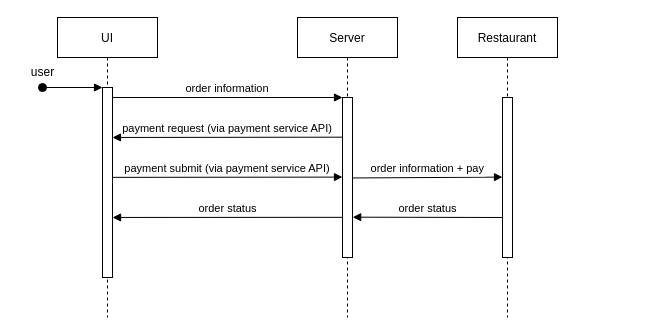
Earlier version of the draw.io diagram diagram2.drawio (mav735/UML_HSE_HOMEWORK). Source tidied: cells renumbered, new cells numbered last; positions are measured from the earlier drawing's top-left corner, leaving out a move shared by most shapes. Both pictures are drawn from the tidied source at 100%, with x=0, y=0 at pixel (17, 17).
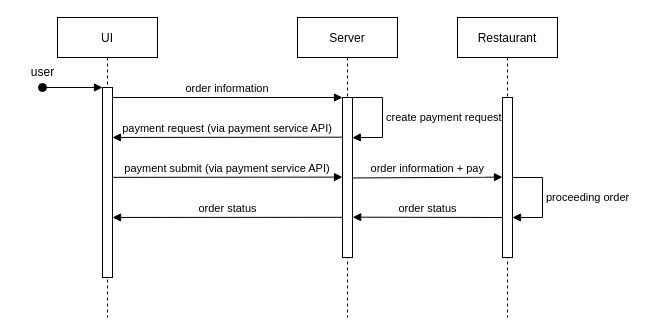
The same page after the edit.

The change refers to these unchanged cells:
```xml
<mxCell id="5" value="Server" style="shape=umlLifeline;perimeter=lifelinePerimeter;rounded=0;shadow=0;strokeWidth=1;" parent="1" vertex="1">
  <mxGeometry x="280" width="100" height="300" as="geometry" />
</mxCell>
<mxCell id="6" style="points=[];perimeter=orthogonalPerimeter;rounded=0;shadow=0;strokeWidth=1;" parent="5" vertex="1">
  <mxGeometry x="45" y="80" width="10" height="160" as="geometry" />
</mxCell>
<mxCell id="11" value="Restaurant" style="shape=umlLifeline;perimeter=lifelinePerimeter;rounded=0;shadow=0;strokeWidth=1;" parent="1" vertex="1">
  <mxGeometry x="440" width="100" height="300" as="geometry" />
</mxCell>
<mxCell id="12" style="points=[];perimeter=orthogonalPerimeter;rounded=0;shadow=0;strokeWidth=1;" parent="11" vertex="1">
  <mxGeometry x="45" y="80" width="10" height="160" as="geometry" />
</mxCell>
```

Change to the diagram source:
```diff
@@
+    <mxCell id="16" value="create payment request" style="edgeStyle=orthogonalEdgeStyle;html=1;align=left;spacingLeft=2;endArrow=block;rounded=0;entryX=0.984;entryY=0.251;endSize=6;entryDx=0;entryDy=0;entryPerimeter=0;" parent="5" edge="1" target="6">
+      <mxGeometry relative="1" as="geometry">
+        <mxPoint x="55" y="80" as="sourcePoint" />
+        <Array as="points">
+          <mxPoint x="85" y="80" />
+          <mxPoint x="85" y="120" />
+          <mxPoint x="60" y="120" />
+        </Array>
+      </mxGeometry>
+    </mxCell>
@@
+    <mxCell id="17" value="proceeding order" style="edgeStyle=orthogonalEdgeStyle;html=1;align=left;spacingLeft=2;endArrow=block;rounded=0;entryX=1;entryY=0.75;endSize=6;entryDx=0;entryDy=0;entryPerimeter=0;" parent="11" edge="1" target="12">
+      <mxGeometry relative="1" as="geometry">
+        <mxPoint x="55" y="160" as="sourcePoint" />
+        <Array as="points">
+          <mxPoint x="85" y="160" />
+          <mxPoint x="85" y="200" />
+        </Array>
+      </mxGeometry>
+    </mxCell>
```
